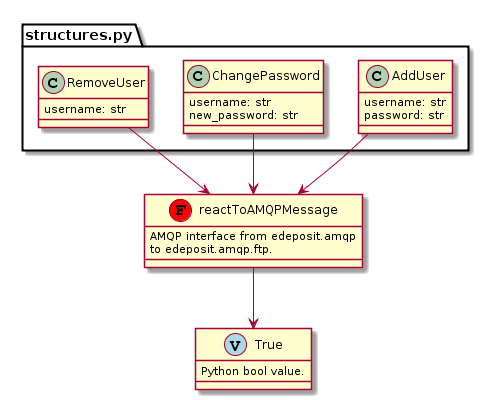
The PlantUML diagram docs/_static/user_management.png in edeposit/edeposit.amqp.ftp, before a commit. Its diagram source:
```plantuml
@startuml
package "structures.py" as UMR {
    class AddUser {
    	username: str
    	password: str
    }
    class ChangePassword {
    	username: str
    	new_password: str
    }
    class RemoveUser {
    	username: str
    }
}


class reactToAMQPMessage << (F,RED) >>{
    AMQP interface from edeposit.amqp
    to edeposit.amqp.ftp.
}

class True << (V,LightBlue) >> {
    Python bool value.
}

AddUser --> reactToAMQPMessage
RemoveUser --> reactToAMQPMessage
ChangePassword --> reactToAMQPMessage
reactToAMQPMessage --> True
@enduml
```
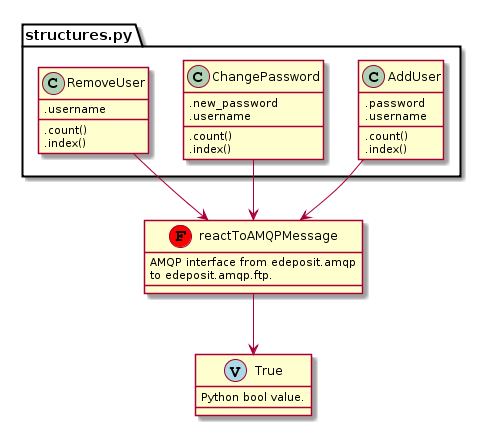
After the commit.

Commit message:
User management UML updated.

Diff of the diagram source:
```diff
@@ -1,15 +1,21 @@
 @startuml
 package "structures.py" as UMR {
     class AddUser {
-    	username: str
-    	password: str
+        .password
+        .username
+        .count()
+        .index()
     }
     class ChangePassword {
-    	username: str
-    	new_password: str
+        .new_password
+        .username
+        .count()
+        .index()
     }
     class RemoveUser {
-    	username: str
+        .username
+        .count()
+        .index()
     }
 }
 
```
